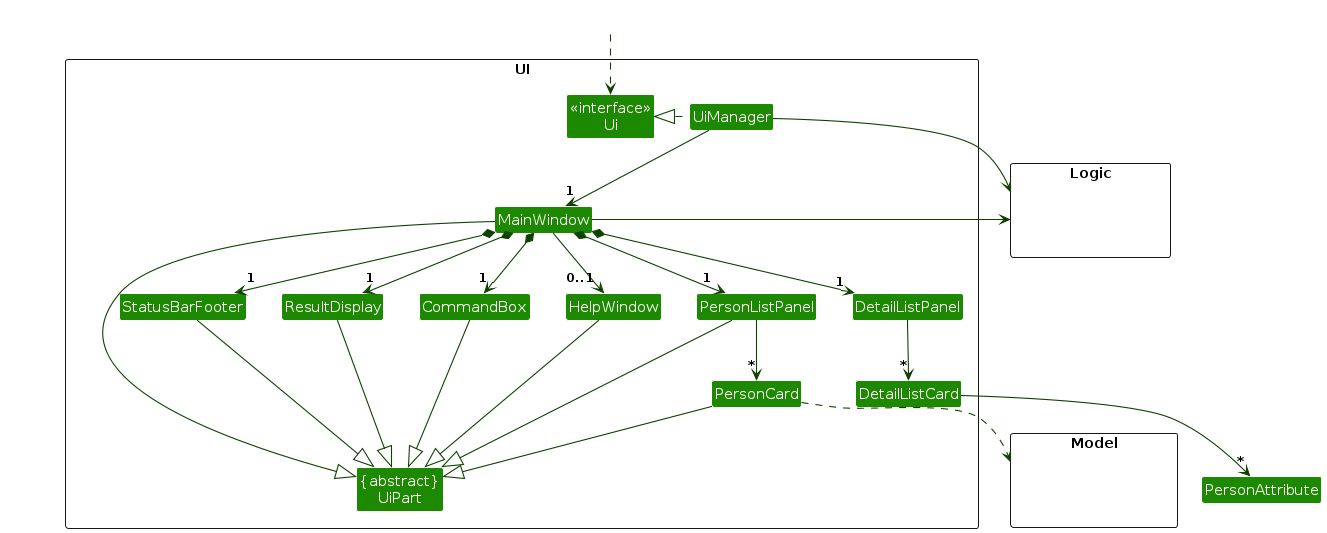
lhurr/tp keeps this PlantUML diagram as diagrams/UiClassDiagram.png. Above is the earlier version. Its source is kept beside it as diagrams/UiClassDiagram.puml.
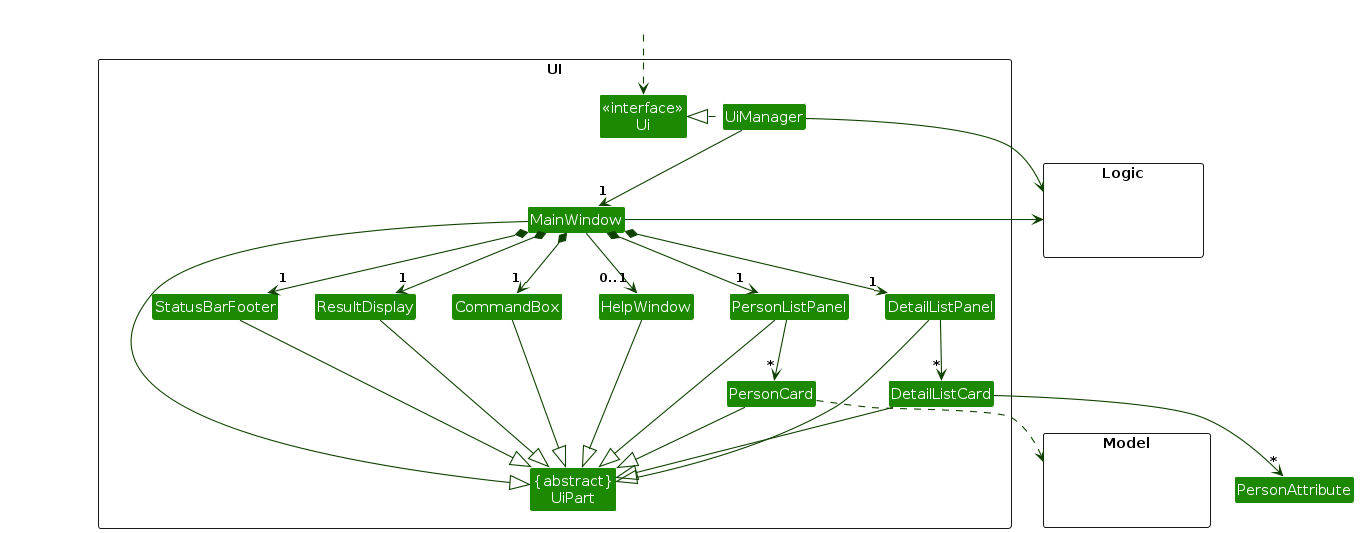
The same file after the commit.

Change to the diagram source:
```diff
@@ -50,6 +50,8 @@
 CommandBox --|> UiPart
 PersonListPanel --|> UiPart
 PersonCard --|> UiPart
+DetailListPanel --|> UiPart
+DetailListCard --|> UiPart
 StatusBarFooter --|> UiPart
 HelpWindow --|> UiPart
 
```
